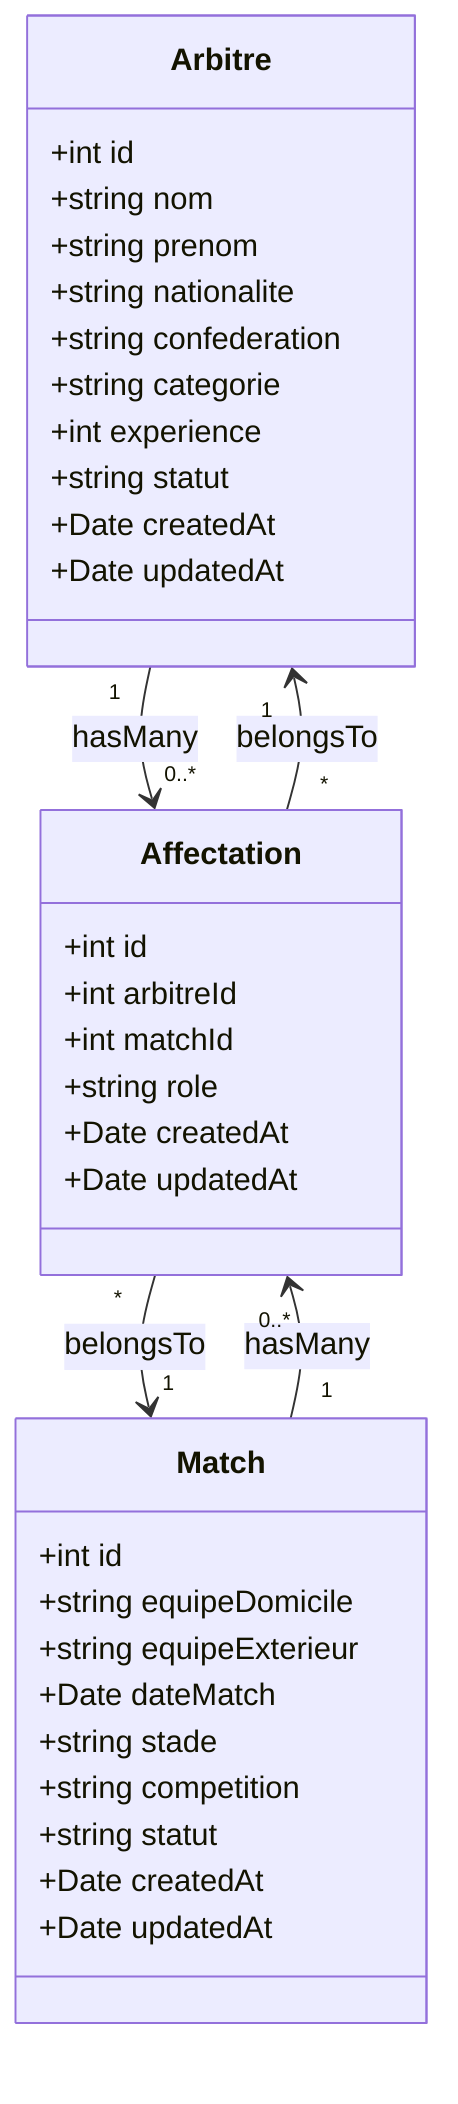
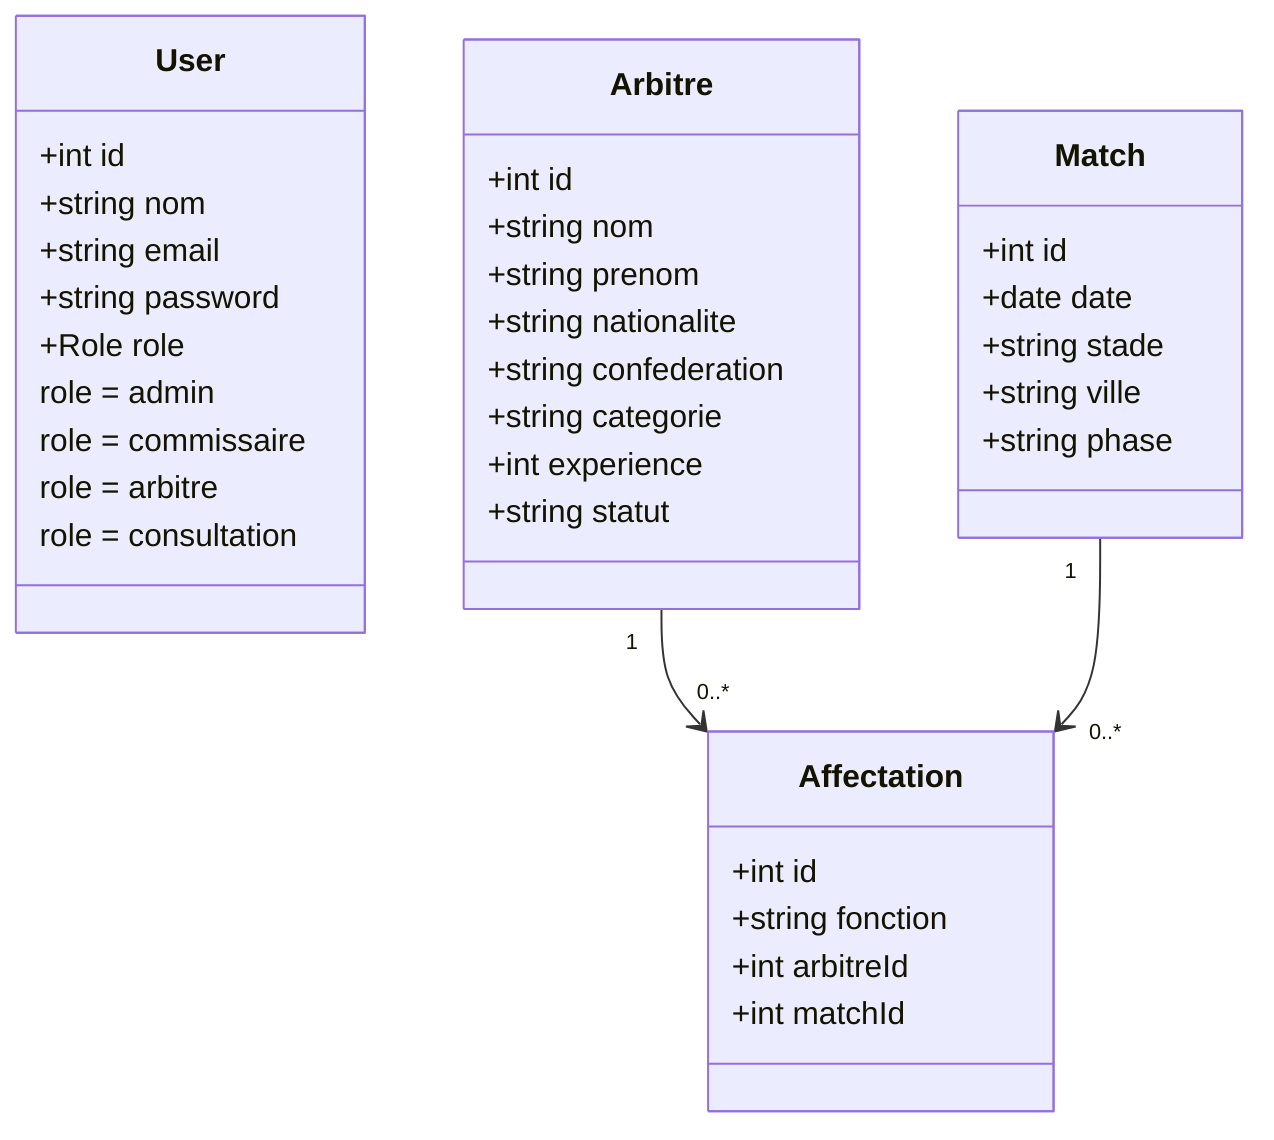
+ classDiagram

- classDiagram
+ class User {
+     +int id
+     +string nom
+     +string email
+     +string password
+     +Role role
+ }

class Arbitre {
    +int id
    +string nom
    +string prenom
    +string nationalite
    +string confederation
    +string categorie
    +int experience
    +string statut
-     +Date createdAt
-     +Date updatedAt
}

class Match {
    +int id
-     +string equipeDomicile
-     +string equipeExterieur
-     +Date dateMatch
+     +date date
    +string stade
-     +string competition
-     +string statut
-     +Date createdAt
-     +Date updatedAt
+     +string ville
+     +string phase
}

class Affectation {
    +int id
+     +string fonction
    +int arbitreId
    +int matchId
-     +string role
-     +Date createdAt
-     +Date updatedAt
}

- Arbitre "1" --> "0..*" Affectation : hasMany
- Affectation "*" --> "1" Arbitre : belongsTo
+ User : role = admin
+ User : role = commissaire
+ User : role = arbitre
+ User : role = consultation

- Match "1" --> "0..*" Affectation : hasMany
- Affectation "*" --> "1" Match : belongsTo+ Arbitre "1" --> "0..*" Affectation
+ Match "1" --> "0..*" Affectation